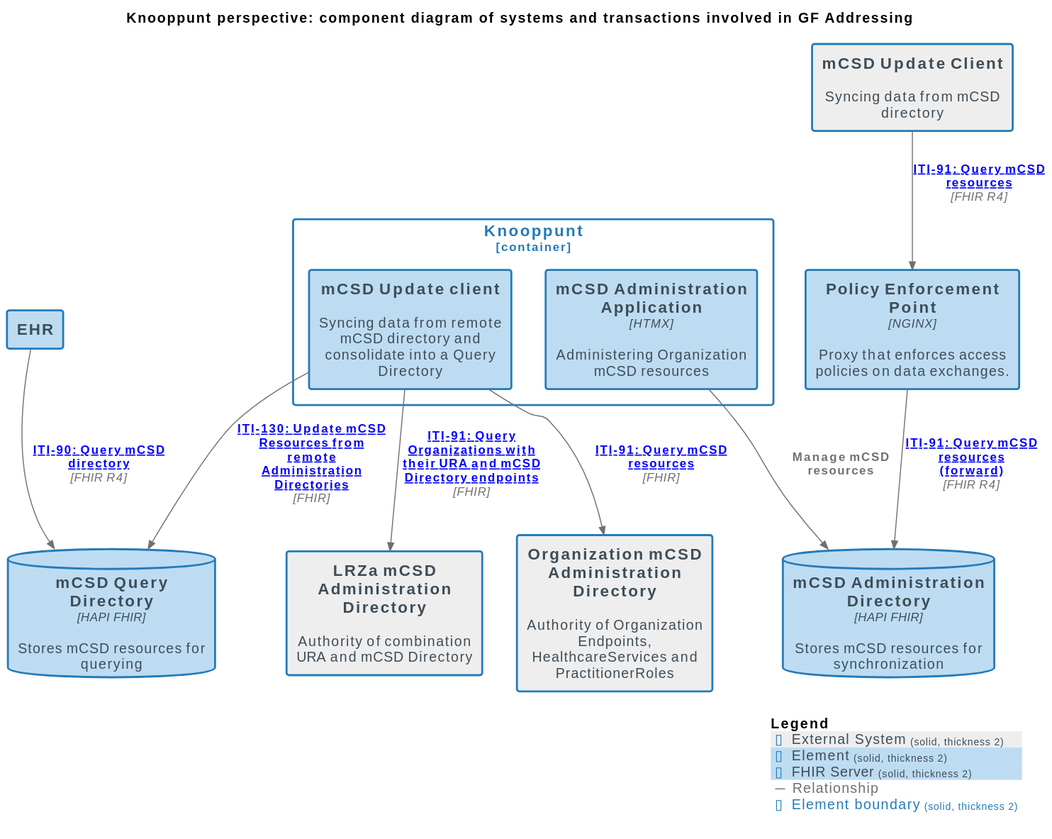
The PlantUML diagram docs/images/structurizr-GF_Addressing_ComponentDiagram.svg in nuts-foundation/nuts-knooppunt, before a commit.
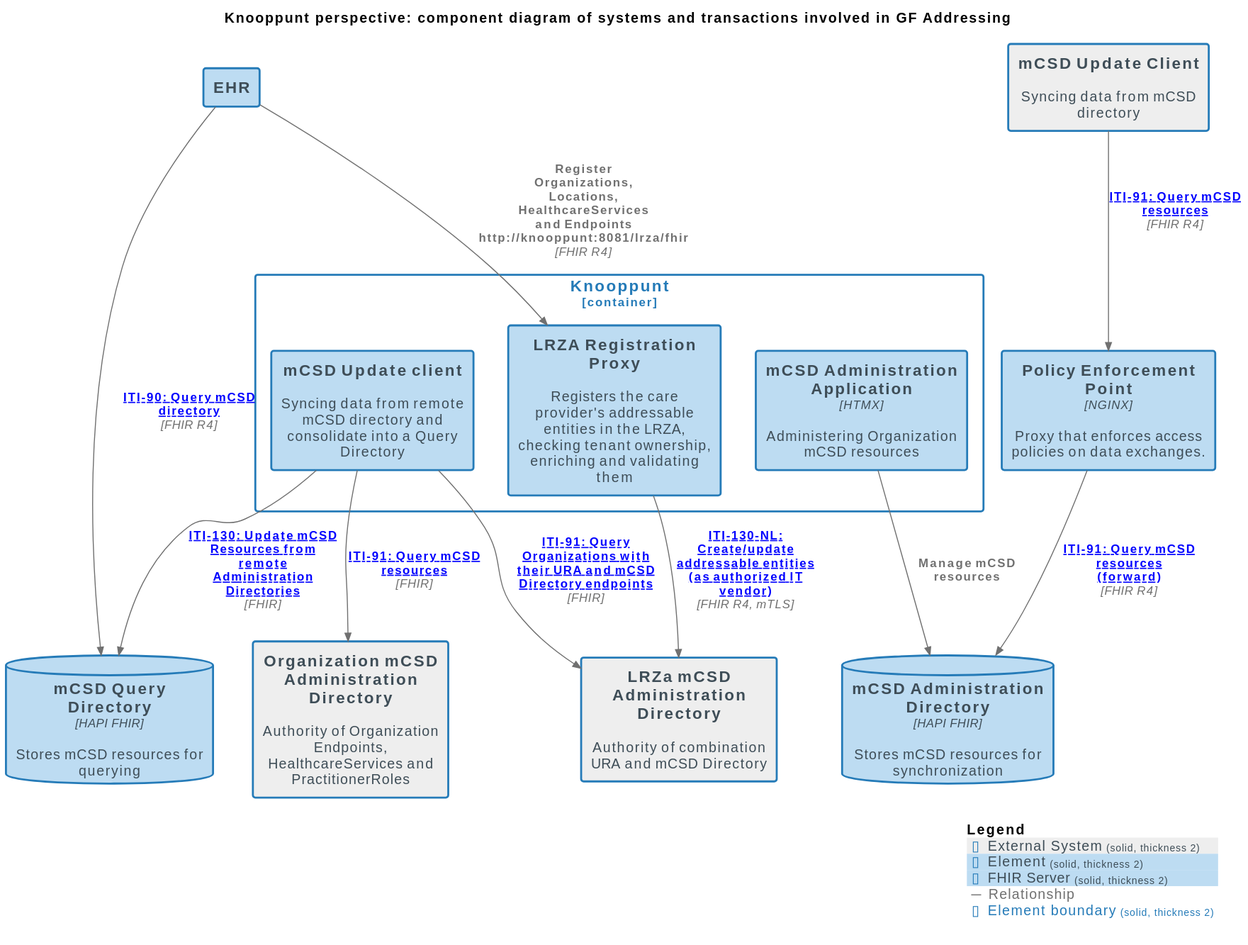
Above is the later version.

What changed in the source:
```diff
@@ -27,6 +27,7 @@
 
 Container_Boundary("XIS.Knooppunt_boundary", "Knooppunt", $tags="Element") {
   Component(XIS.Knooppunt.mCSDUpdateclient, "mCSD Update client", $techn="", $descr="Syncing data from remote mCSD directory and consolidate into a Query Directory", $tags="Element", $link="")
+  Component(XIS.Knooppunt.LRZARegistrationProxy, "LRZA Registration Proxy", $techn="", $descr="Registers the care provider's addressable entities in the LRZA, checking tenant ownership, enriching and validating them", $tags="Element", $link="")
   Component(XIS.Knooppunt.mCSDAdministrationApplication, "mCSD Administration Application", $techn="HTMX", $descr="Administering Organization mCSD resources", $tags="Element", $link="")
 }
 
@@ -37,6 +38,8 @@
 Rel(XIS.PolicyEnforcementPoint, XIS.mCSDAdministrationDirectory, "ITI-91: Query mCSD resources\n(forward)", $techn="FHIR R4", $tags="Relationship", $link="https://profiles.ihe.net/ITI/mCSD/ITI-91.html")
 Rel(XIS.Knooppunt.mCSDUpdateclient, LRZamCSDAdministrationDirectory, "ITI-91: Query Organizations with their URA and mCSD Directory endpoints", $techn="FHIR", $tags="Relationship", $link="https://profiles.ihe.net/ITI/mCSD/ITI-91.html")
 Rel(XIS.Knooppunt.mCSDUpdateclient, RemoteXISimplementingGenericFunctions.OrganizationmCSDAdministrationDirectory, "ITI-91: Query mCSD resources", $techn="FHIR", $tags="Relationship", $link="https://profiles.ihe.net/ITI/mCSD/ITI-91.html")
+Rel(XIS.EHR, XIS.Knooppunt.LRZARegistrationProxy, "Register Organizations, Locations, HealthcareServices and Endpoints\nhttp://knooppunt:8081/lrza/fhir", $techn="FHIR R4", $tags="Relationship", $link="")
+Rel(XIS.Knooppunt.LRZARegistrationProxy, LRZamCSDAdministrationDirectory, "ITI-130-NL: Create/update addressable entities (as authorized IT vendor)", $techn="FHIR R4, mTLS", $tags="Relationship", $link="https://build.fhir.org/ig/minvws/generiekefuncties-docs/branches/1.0.0/en/csd.html")
 
 SHOW_LEGEND(true)
 @enduml
```
